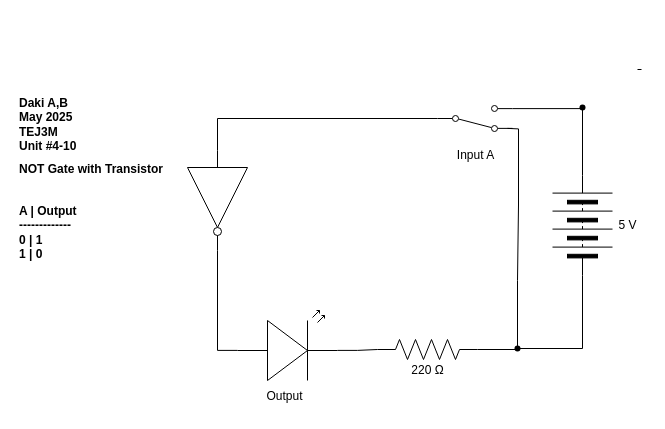
Before: Unit-4-10.drawio in daki-atahwalp-antango-boad/TEJ3M-Unit-4, a draw.io diagram. Source tidied: cells renumbered, new cells numbered last; positions are measured from the earlier drawing's top-left corner, leaving out a move shared by most shapes. Both pictures are drawn from the tidied source at 100%, with x=0, y=0 at pixel (17, 69).
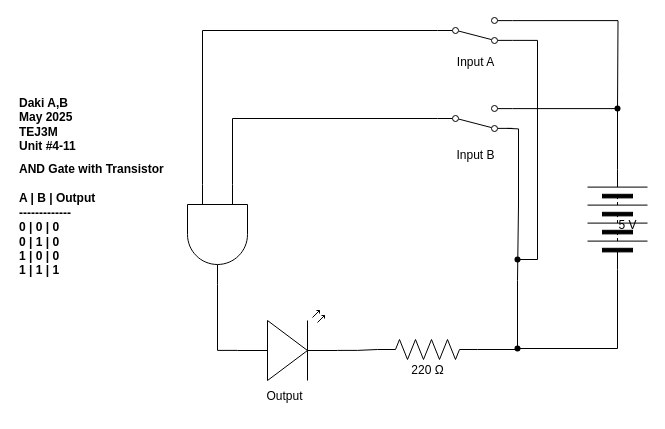
The same diagram, later.

The change refers to these unchanged cells:
```xml
<mxCell id="3" style="html=1;shape=mxgraph.electrical.electro-mechanical.twoWaySwitch;elSwitchState=2;flipV=1;" parent="1" vertex="1">
  <mxGeometry x="420" y="36" width="75" height="26" as="geometry" />
</mxCell>
<mxCell id="4" style="verticalLabelPosition=bottom;shadow=0;dashed=0;align=center;html=1;verticalAlign=top;shape=mxgraph.electrical.opto_electronics.led_2;" parent="1" vertex="1">
  <mxGeometry x="220" y="241" width="100" height="70" as="geometry" />
</mxCell>
<mxCell id="8" style="shape=waypoint;sketch=0;size=6;points=[];fillColor=none;perimeter=centerPerimeter;snapToPoint=1;" parent="1" vertex="1">
  <mxGeometry x="490" y="269" width="20" height="20" as="geometry" />
</mxCell>
```

Diff of the diagram source:
```diff
@@
     <mxCell id="9" style="verticalLabelPosition=bottom;shadow=0;dashed=0;align=center;html=1;verticalAlign=top;shape=mxgraph.electrical.miscellaneous.batteryStack;rotation=-90;" parent="1" vertex="1">
-      <mxGeometry x="515" y="126" width="100" height="60" as="geometry" />
+      <mxGeometry x="550" y="120" width="100" height="60" as="geometry" />
     </mxCell>
     <mxCell id="10" style="shape=waypoint;sketch=0;size=6;fillColor=none;perimeter=centerPerimeter;" parent="1" vertex="1">
-      <mxGeometry x="555" y="28" width="20" height="20" as="geometry" />
+      <mxGeometry x="590" y="29" width="20" height="20" as="geometry" />
     </mxCell>
@@
-    <mxCell id="14" value="&lt;b&gt;Daki A,B&lt;/b&gt;&lt;div&gt;&lt;font color=&quot;#000000&quot;&gt;&lt;b&gt;May 2025&lt;br&gt;&lt;/b&gt;&lt;/font&gt;&lt;div&gt;&lt;b&gt;TEJ3M&lt;/b&gt;&lt;/div&gt;&lt;div&gt;&lt;b&gt;Unit #4-10&lt;/b&gt;&lt;/div&gt;&lt;/div&gt;" style="text;html=1;align=left;verticalAlign=middle;strokeColor=none;fillColor=none;" parent="1" vertex="1">
+    <mxCell id="14" value="&lt;b&gt;Daki A,B&lt;/b&gt;&lt;div&gt;&lt;font color=&quot;#000000&quot;&gt;&lt;b&gt;May 2025&lt;br&gt;&lt;/b&gt;&lt;/font&gt;&lt;div&gt;&lt;b&gt;TEJ3M&lt;/b&gt;&lt;/div&gt;&lt;div&gt;&lt;b&gt;Unit #4-11&lt;/b&gt;&lt;/div&gt;&lt;/div&gt;" style="text;html=1;align=left;verticalAlign=middle;strokeColor=none;fillColor=none;" parent="1" vertex="1">
       <mxGeometry y="20" width="80" height="70" as="geometry" />
     </mxCell>
-    <mxCell id="15" value="&lt;b&gt;NOT Gate with Transistor&lt;/b&gt;" style="text;html=1;align=left;verticalAlign=middle;strokeColor=none;fillColor=none;" parent="1" vertex="1">
+    <mxCell id="15" value="&lt;b&gt;AND Gate with Transistor&lt;/b&gt;" style="text;html=1;align=left;verticalAlign=middle;strokeColor=none;fillColor=none;" parent="1" vertex="1">
       <mxGeometry y="85" width="170" height="30" as="geometry" />
     </mxCell>
-    <mxCell id="16" value="&lt;b&gt;A | Output&lt;/b&gt;&lt;div&gt;&lt;b&gt;-------------&lt;/b&gt;&lt;/div&gt;&lt;div&gt;&lt;b&gt;0 | 1&lt;/b&gt;&lt;/div&gt;&lt;div&gt;&lt;b&gt;1 | 0&lt;/b&gt;&lt;/div&gt;" style="text;html=1;align=left;verticalAlign=middle;strokeColor=none;fillColor=none;" parent="1" vertex="1">
-      <mxGeometry y="128" width="80" height="70" as="geometry" />
+    <mxCell id="16" value="&lt;b&gt;A | B | Output&lt;/b&gt;&lt;div&gt;&lt;b&gt;-------------&lt;/b&gt;&lt;/div&gt;&lt;div&gt;&lt;b&gt;0 | 0 | 0&lt;/b&gt;&lt;/div&gt;&lt;div&gt;&lt;b&gt;0 | 1 | 0&lt;/b&gt;&lt;/div&gt;&lt;div&gt;&lt;b&gt;1 | 0 | 0&lt;/b&gt;&lt;/div&gt;&lt;div&gt;&lt;b&gt;1 | 1 | 1&lt;/b&gt;&lt;/div&gt;" style="text;html=1;align=left;verticalAlign=middle;strokeColor=none;fillColor=none;" parent="1" vertex="1">
+      <mxGeometry y="115" width="100" height="100" as="geometry" />
     </mxCell>
@@
-    <mxCell id="18" value="Input A" style="text;html=1;align=center;verticalAlign=middle;strokeColor=none;fillColor=none;" parent="1" vertex="1">
+    <mxCell id="18" value="Input B" style="text;html=1;align=center;verticalAlign=middle;strokeColor=none;fillColor=none;" parent="1" vertex="1">
       <mxGeometry x="427.5" y="71" width="60" height="30" as="geometry" />
     </mxCell>
-    <mxCell id="19" style="edgeStyle=orthogonalEdgeStyle;html=1;exitDx=0;exitDy=0;rounded=0;endArrow=none;endFill=0;" parent="1" edge="1">
-      <mxGeometry relative="1" as="geometry">
-        <mxPoint x="624" as="sourcePoint" />
-        <mxPoint x="620" as="targetPoint" />
-      </mxGeometry>
-    </mxCell>
     <mxCell id="20" style="edgeStyle=orthogonalEdgeStyle;html=1;exitX=0;exitY=0.5;exitDx=0;exitDy=0;entryX=0.746;entryY=0.818;entryDx=0;entryDy=0;entryPerimeter=0;rounded=0;endArrow=none;endFill=0;" parent="1" edge="1" source="9" target="8">
       <mxGeometry relative="1" as="geometry">
         <Array as="points">
-          <mxPoint x="565" y="279" />
+          <mxPoint x="600" y="279" />
         </Array>
       </mxGeometry>
     </mxCell>
-    <mxCell id="21" style="verticalLabelPosition=bottom;shadow=0;dashed=0;align=center;html=1;verticalAlign=top;shape=mxgraph.electrical.logic_gates.inverter_2;rotation=90;" parent="1" vertex="1">
-      <mxGeometry x="150" y="101" width="100" height="60" as="geometry" />
-    </mxCell>
-    <mxCell id="22" style="edgeStyle=orthogonalEdgeStyle;html=1;exitX=0;exitY=0.5;exitDx=0;exitDy=0;entryX=0;entryY=0.5;entryDx=0;entryDy=0;entryPerimeter=0;rounded=0;endArrow=none;endFill=0;" parent="1" edge="1" source="3" target="21">
+    <mxCell id="22" style="edgeStyle=orthogonalEdgeStyle;html=1;exitX=0;exitY=0.5;exitDx=0;exitDy=0;entryX=0;entryY=0.25;entryDx=0;entryDy=0;entryPerimeter=0;rounded=0;endArrow=none;endFill=0;" parent="1" edge="1" source="3" target="24">
       <mxGeometry relative="1" as="geometry" />
     </mxCell>
-    <mxCell id="23" style="edgeStyle=orthogonalEdgeStyle;html=1;exitX=1;exitY=0.5;exitDx=0;exitDy=0;exitPerimeter=0;entryX=0;entryY=0.57;entryDx=0;entryDy=0;entryPerimeter=0;rounded=0;endArrow=none;endFill=0;" parent="1" edge="1" source="21" target="4">
-      <mxGeometry relative="1" as="geometry" />
-    </mxCell>
+    <mxCell id="24" style="verticalLabelPosition=bottom;shadow=0;dashed=0;align=center;html=1;verticalAlign=top;shape=mxgraph.electrical.logic_gates.logic_gate;operation=and;rotation=90;" parent="1" vertex="1">
+      <mxGeometry x="150" y="135" width="100" height="60" as="geometry" />
+    </mxCell>
+    <mxCell id="25" style="edgeStyle=orthogonalEdgeStyle;html=1;exitX=0;exitY=0.57;exitDx=0;exitDy=0;exitPerimeter=0;entryX=1;entryY=0.5;entryDx=0;entryDy=0;entryPerimeter=0;rounded=0;endArrow=none;endFill=0;" parent="1" edge="1" source="4" target="24">
+      <mxGeometry relative="1" as="geometry" />
+    </mxCell>
+    <mxCell id="26" style="shape=waypoint;sketch=0;size=6;points=[];fillColor=none;perimeter=centerPerimeter;snapToPoint=1;" parent="1" vertex="1">
+      <mxGeometry x="490" y="180" width="20" height="20" as="geometry" />
+    </mxCell>
+    <mxCell id="27" style="edgeStyle=orthogonalEdgeStyle;html=1;rounded=0;endArrow=none;endFill=0;exitX=1;exitY=0.12;exitDx=0;exitDy=0;" parent="1" edge="1" source="28">
+      <mxGeometry relative="1" as="geometry">
+        <mxPoint x="600" y="40" as="targetPoint" />
+      </mxGeometry>
+    </mxCell>
+    <mxCell id="28" style="html=1;shape=mxgraph.electrical.electro-mechanical.twoWaySwitch;elSwitchState=2;flipV=1;" parent="1" vertex="1">
+      <mxGeometry x="420" y="-52" width="75" height="26" as="geometry" />
+    </mxCell>
+    <mxCell id="29" value="Input A" style="text;html=1;align=center;verticalAlign=middle;strokeColor=none;fillColor=none;" parent="1" vertex="1">
+      <mxGeometry x="427.5" y="-22" width="60" height="30" as="geometry" />
+    </mxCell>
+    <mxCell id="30" style="edgeStyle=orthogonalEdgeStyle;html=1;exitX=0;exitY=0.5;exitDx=0;exitDy=0;entryX=0;entryY=0.75;entryDx=0;entryDy=0;entryPerimeter=0;rounded=0;endArrow=none;endFill=0;" parent="1" edge="1" source="28" target="24">
+      <mxGeometry relative="1" as="geometry" />
+    </mxCell>
+    <mxCell id="31" style="edgeStyle=orthogonalEdgeStyle;html=1;exitX=1;exitY=0.88;exitDx=0;exitDy=0;entryX=1;entryY=0.376;entryDx=0;entryDy=0;entryPerimeter=0;rounded=0;endArrow=none;endFill=0;" parent="1" edge="1" source="28" target="26">
+      <mxGeometry relative="1" as="geometry">
+        <Array as="points">
+          <mxPoint x="520" y="-29" />
+          <mxPoint x="520" y="190" />
+        </Array>
+      </mxGeometry>
+    </mxCell>
```
